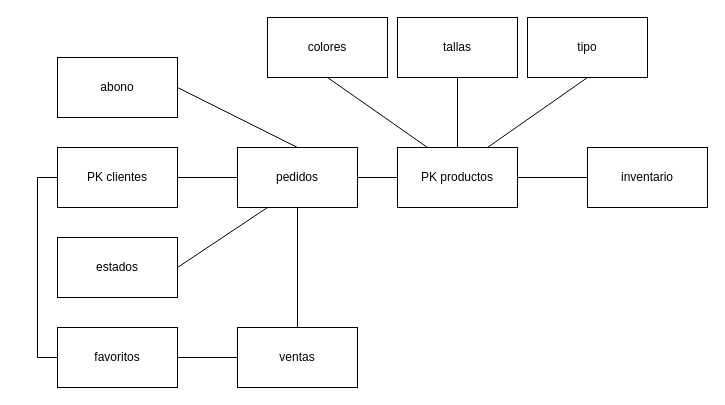
Above: diagramas/nieve_cordillera.drawio in carpenaloza/basic_repo (draw.io), before the change. Source tidied: cells renumbered, new cells numbered last; positions are measured from the earlier drawing's top-left corner, leaving out a move shared by most shapes. Both pictures are drawn from the tidied source at 100%, with x=0, y=0 at pixel (-43, 17).
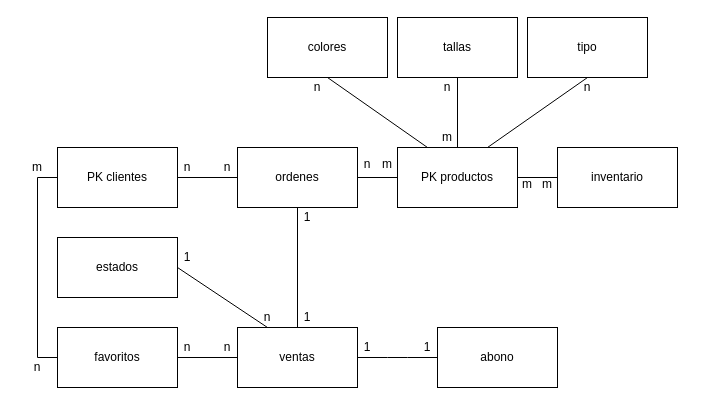
The same diagram, later.

The change refers to these unchanged cells:
```xml
<mxCell id="5" value="estados" style="rounded=0;whiteSpace=wrap;html=1;" parent="1" vertex="1">
  <mxGeometry x="100" y="220" width="120" height="60" as="geometry" />
</mxCell>
<mxCell id="9" value="ventas" style="rounded=0;whiteSpace=wrap;html=1;" parent="1" vertex="1">
  <mxGeometry x="280" y="310" width="120" height="60" as="geometry" />
</mxCell>
```

The edit, as a diff of the source:
```diff
@@
-    <mxCell id="4" value="pedidos" style="rounded=0;whiteSpace=wrap;html=1;" parent="1" vertex="1">
+    <mxCell id="4" value="ordenes" style="rounded=0;whiteSpace=wrap;html=1;" parent="1" vertex="1">
       <mxGeometry x="280" y="130" width="120" height="60" as="geometry" />
     </mxCell>
@@
     <mxCell id="11" value="inventario" style="rounded=0;whiteSpace=wrap;html=1;" parent="1" vertex="1">
-      <mxGeometry x="630" y="130" width="120" height="60" as="geometry" />
+      <mxGeometry x="600" y="130" width="120" height="60" as="geometry" />
     </mxCell>
@@
-    <mxCell id="15" style="endArrow=none;html=1;exitX=1;exitY=0.5;exitDx=0;exitDy=0;entryX=0.25;entryY=1;entryDx=0;entryDy=0;" parent="1" edge="1" source="5" target="4">
+    <mxCell id="15" style="endArrow=none;html=1;exitX=1;exitY=0.5;exitDx=0;exitDy=0;entryX=0.25;entryY=0;entryDx=0;entryDy=0;" parent="1" edge="1" source="5" target="9">
       <mxGeometry relative="1" as="geometry" />
     </mxCell>
@@
     <mxCell id="22" value="abono" style="rounded=0;whiteSpace=wrap;html=1;" parent="1" vertex="1">
-      <mxGeometry x="100" y="40" width="120" height="60" as="geometry" />
+      <mxGeometry x="480" y="310" width="120" height="60" as="geometry" />
     </mxCell>
-    <mxCell id="23" style="endArrow=none;html=1;entryX=1;entryY=0.5;entryDx=0;entryDy=0;exitX=0.5;exitY=0;exitDx=0;exitDy=0;" parent="1" edge="1" source="4" target="22">
-      <mxGeometry relative="1" as="geometry" />
+    <mxCell id="23" style="endArrow=none;html=1;exitX=1;exitY=0.5;exitDx=0;exitDy=0;" parent="1" edge="1" source="9">
+      <mxGeometry relative="1" as="geometry">
+        <mxPoint x="480" y="340" as="targetPoint" />
+        <Array as="points">
+          <mxPoint x="440" y="340" />
+        </Array>
+      </mxGeometry>
     </mxCell>
+    <mxCell id="24" value="m" style="text;html=1;strokeColor=none;fillColor=none;align=center;verticalAlign=middle;whiteSpace=wrap;rounded=0;" parent="1" vertex="1">
+      <mxGeometry x="470" y="110" width="40" height="20" as="geometry" />
+    </mxCell>
+    <mxCell id="25" value="n" style="text;html=1;strokeColor=none;fillColor=none;align=center;verticalAlign=middle;whiteSpace=wrap;rounded=0;" parent="1" vertex="1">
+      <mxGeometry x="340" y="60" width="40" height="20" as="geometry" />
+    </mxCell>
+    <mxCell id="26" value="n" style="text;html=1;strokeColor=none;fillColor=none;align=center;verticalAlign=middle;whiteSpace=wrap;rounded=0;" parent="1" vertex="1">
+      <mxGeometry x="470" y="60" width="40" height="20" as="geometry" />
+    </mxCell>
+    <mxCell id="27" value="n" style="text;html=1;strokeColor=none;fillColor=none;align=center;verticalAlign=middle;whiteSpace=wrap;rounded=0;" parent="1" vertex="1">
+      <mxGeometry x="610" y="60" width="40" height="20" as="geometry" />
+    </mxCell>
+    <mxCell id="28" value="m" style="text;html=1;strokeColor=none;fillColor=none;align=center;verticalAlign=middle;whiteSpace=wrap;rounded=0;" parent="1" vertex="1">
+      <mxGeometry x="550" y="157" width="40" height="20" as="geometry" />
+    </mxCell>
+    <mxCell id="29" value="n" style="text;html=1;strokeColor=none;fillColor=none;align=center;verticalAlign=middle;whiteSpace=wrap;rounded=0;" parent="1" vertex="1">
+      <mxGeometry x="390" y="137" width="40" height="20" as="geometry" />
+    </mxCell>
+    <mxCell id="30" value="m" style="text;html=1;strokeColor=none;fillColor=none;align=center;verticalAlign=middle;whiteSpace=wrap;rounded=0;" parent="1" vertex="1">
+      <mxGeometry x="570" y="157" width="40" height="20" as="geometry" />
+    </mxCell>
+    <mxCell id="31" value="m" style="text;html=1;strokeColor=none;fillColor=none;align=center;verticalAlign=middle;whiteSpace=wrap;rounded=0;" parent="1" vertex="1">
+      <mxGeometry x="410" y="137" width="40" height="20" as="geometry" />
+    </mxCell>
+    <mxCell id="32" value="n" style="text;html=1;strokeColor=none;fillColor=none;align=center;verticalAlign=middle;whiteSpace=wrap;rounded=0;" parent="1" vertex="1">
+      <mxGeometry x="60" y="340" width="40" height="20" as="geometry" />
+    </mxCell>
+    <mxCell id="33" value="n" style="text;html=1;strokeColor=none;fillColor=none;align=center;verticalAlign=middle;whiteSpace=wrap;rounded=0;" parent="1" vertex="1">
+      <mxGeometry x="290" y="290" width="40" height="20" as="geometry" />
+    </mxCell>
+    <mxCell id="34" value="n" style="text;html=1;strokeColor=none;fillColor=none;align=center;verticalAlign=middle;whiteSpace=wrap;rounded=0;" parent="1" vertex="1">
+      <mxGeometry x="250" y="140" width="40" height="20" as="geometry" />
+    </mxCell>
+    <mxCell id="35" value="n" style="text;html=1;strokeColor=none;fillColor=none;align=center;verticalAlign=middle;whiteSpace=wrap;rounded=0;" parent="1" vertex="1">
+      <mxGeometry x="210" y="140" width="40" height="20" as="geometry" />
+    </mxCell>
+    <mxCell id="36" value="1" style="text;html=1;strokeColor=none;fillColor=none;align=center;verticalAlign=middle;whiteSpace=wrap;rounded=0;" parent="1" vertex="1">
+      <mxGeometry x="210" y="230" width="40" height="20" as="geometry" />
+    </mxCell>
+    <mxCell id="37" value="1" style="text;html=1;strokeColor=none;fillColor=none;align=center;verticalAlign=middle;whiteSpace=wrap;rounded=0;" parent="1" vertex="1">
+      <mxGeometry x="330" y="190" width="40" height="20" as="geometry" />
+    </mxCell>
+    <mxCell id="38" value="1" style="text;html=1;strokeColor=none;fillColor=none;align=center;verticalAlign=middle;whiteSpace=wrap;rounded=0;" parent="1" vertex="1">
+      <mxGeometry x="330" y="290" width="40" height="20" as="geometry" />
+    </mxCell>
+    <mxCell id="39" value="1" style="text;html=1;strokeColor=none;fillColor=none;align=center;verticalAlign=middle;whiteSpace=wrap;rounded=0;" parent="1" vertex="1">
+      <mxGeometry x="450" y="320" width="40" height="20" as="geometry" />
+    </mxCell>
+    <mxCell id="40" value="1" style="text;html=1;strokeColor=none;fillColor=none;align=center;verticalAlign=middle;whiteSpace=wrap;rounded=0;" parent="1" vertex="1">
+      <mxGeometry x="390" y="320" width="40" height="20" as="geometry" />
+    </mxCell>
+    <mxCell id="41" value="n" style="text;html=1;strokeColor=none;fillColor=none;align=center;verticalAlign=middle;whiteSpace=wrap;rounded=0;" parent="1" vertex="1">
+      <mxGeometry x="210" y="320" width="40" height="20" as="geometry" />
+    </mxCell>
+    <mxCell id="42" value="n" style="text;html=1;strokeColor=none;fillColor=none;align=center;verticalAlign=middle;whiteSpace=wrap;rounded=0;" parent="1" vertex="1">
+      <mxGeometry x="250" y="320" width="40" height="20" as="geometry" />
+    </mxCell>
+    <mxCell id="43" value="m" style="text;html=1;strokeColor=none;fillColor=none;align=center;verticalAlign=middle;whiteSpace=wrap;rounded=0;" parent="1" vertex="1">
+      <mxGeometry x="60" y="140" width="40" height="20" as="geometry" />
+    </mxCell>
```
